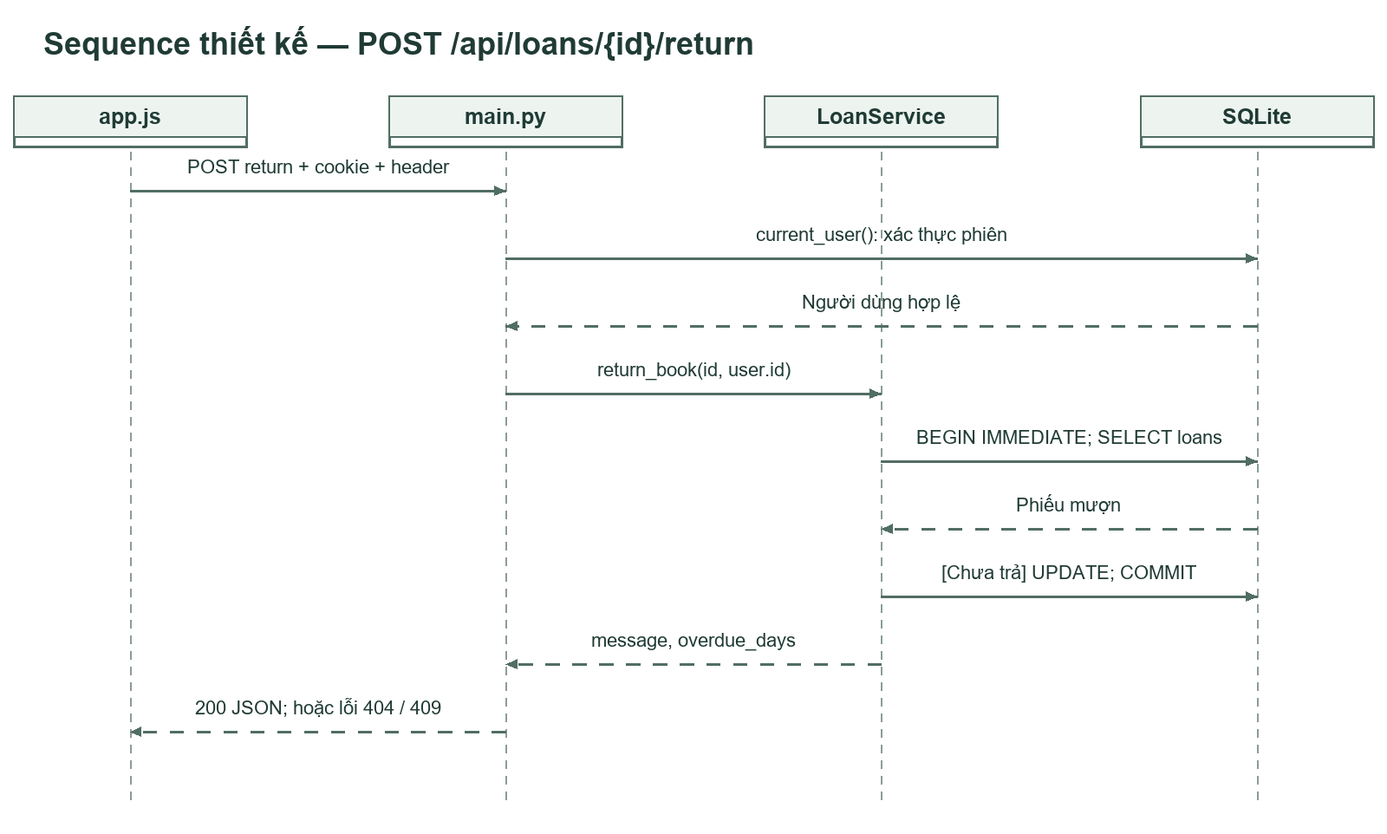
khoiln218/ThuVienMini keeps this PlantUML diagram as docs/uml/11_design_return.png. Above is the earlier version. Its source is kept beside it as docs/uml/11_design_return.puml. The source it was exported from:
```plantuml
@startuml
skinparam defaultFontName Arial
skinparam shadowing false
participant "app.js" as P0
participant "main.py" as P1
participant "LoanService" as P2
participant "SQLite" as P3
P0 -> P1: POST return + cookie + header
P1 -> P3: current_user(): xác thực phiên
P3 --> P1: Người dùng hợp lệ
P1 -> P2: return_book(id, user.id)
P2 -> P3: BEGIN IMMEDIATE; SELECT loans
P3 --> P2: Phiếu mượn
P2 -> P3: [Chưa trả] UPDATE; COMMIT
P2 --> P1: message, overdue_days
P1 --> P0: 200 JSON; hoặc lỗi 404 / 409

@enduml
```
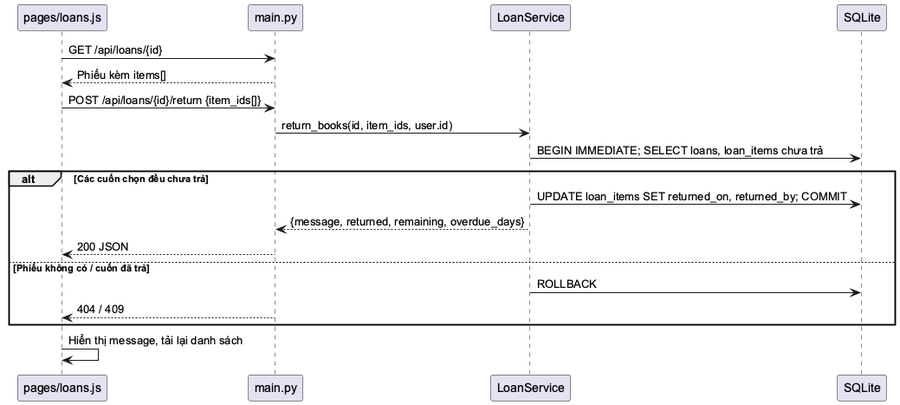
The same diagram one commit later.

Change to the diagram source:
```diff
@@ -1,18 +1,22 @@
 @startuml
 skinparam defaultFontName Arial
 skinparam shadowing false
-participant "app.js" as P0
+participant "pages/loans.js" as P0
 participant "main.py" as P1
 participant "LoanService" as P2
 participant "SQLite" as P3
-P0 -> P1: POST return + cookie + header
-P1 -> P3: current_user(): xác thực phiên
-P3 --> P1: Người dùng hợp lệ
-P1 -> P2: return_book(id, user.id)
-P2 -> P3: BEGIN IMMEDIATE; SELECT loans
-P3 --> P2: Phiếu mượn
-P2 -> P3: [Chưa trả] UPDATE; COMMIT
-P2 --> P1: message, overdue_days
-P1 --> P0: 200 JSON; hoặc lỗi 404 / 409
-
+P0 -> P1: GET /api/loans/{id}
+P1 --> P0: Phiếu kèm items[]
+P0 -> P1: POST /api/loans/{id}/return {item_ids[]}
+P1 -> P2: return_books(id, item_ids, user.id)
+P2 -> P3: BEGIN IMMEDIATE; SELECT loans, loan_items chưa trả
+alt Các cuốn chọn đều chưa trả
+  P2 -> P3: UPDATE loan_items SET returned_on, returned_by; COMMIT
+  P2 --> P1: {message, returned, remaining, overdue_days}
+  P1 --> P0: 200 JSON
+else Phiếu không có / cuốn đã trả
+  P2 -> P3: ROLLBACK
+  P1 --> P0: 404 / 409
+end
+P0 -> P0: Hiển thị message, tải lại danh sách
 @enduml
```
